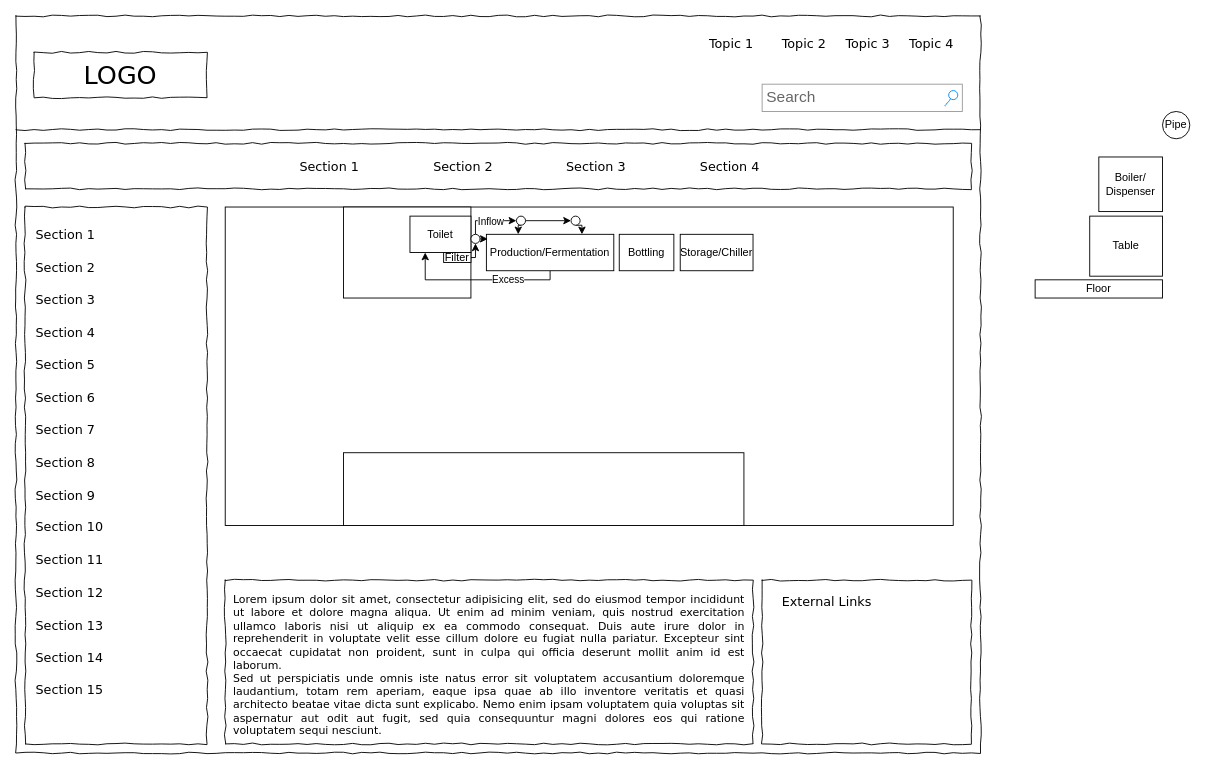
Above: Untitled Diagram.drawio in afirdaus04/layoutenstek (draw.io), before the change. Source tidied: cells renumbered, new cells numbered last; positions are measured from the earlier drawing's top-left corner, leaving out a move shared by most shapes. Both pictures are drawn from the tidied source at 91%, with x=0, y=0 at pixel (15, 15).
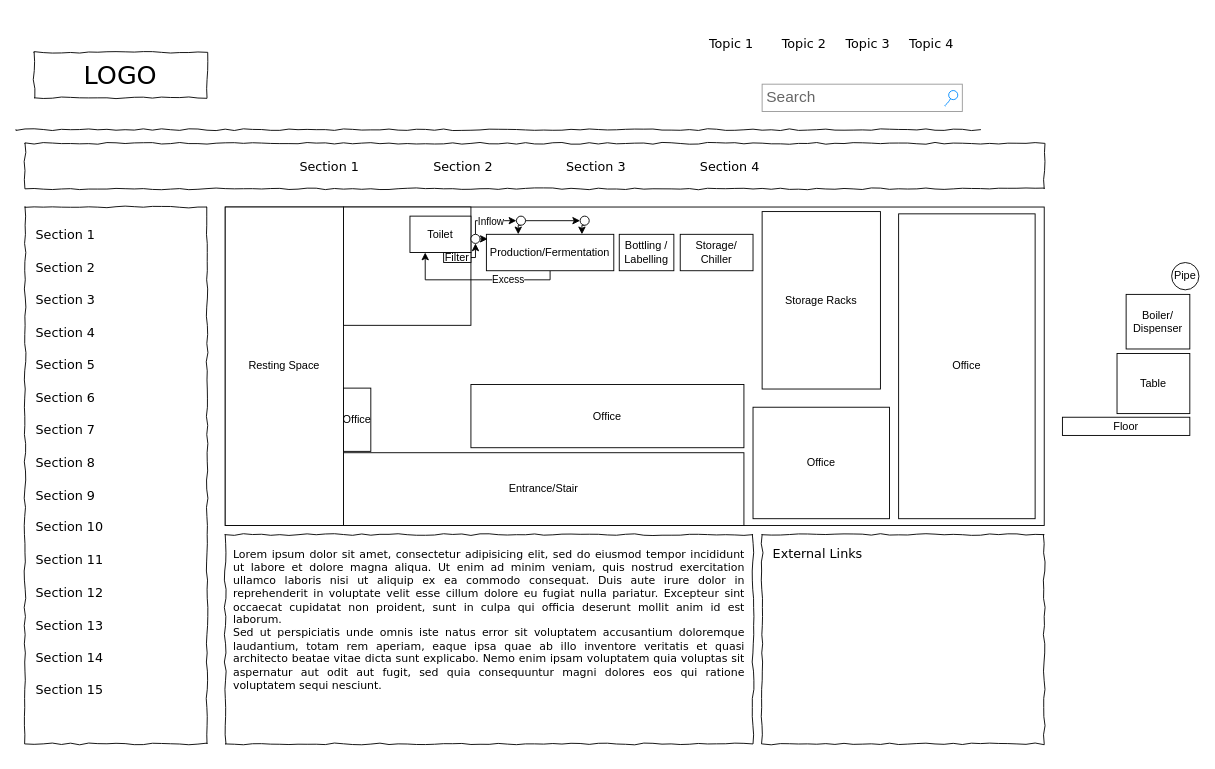
The same diagram, later.

The change refers to these unchanged cells:
```xml
<mxCell id="39" value="Production/Fermentation" style="rounded=0;whiteSpace=wrap;html=1;" parent="1" vertex="1">
  <mxGeometry x="517" y="240" width="140" height="40" as="geometry" />
</mxCell>
```

The edit, as a diff of the source:
```diff
@@
-    <mxCell id="2" style="whiteSpace=wrap;html=1;rounded=0;shadow=0;labelBackgroundColor=none;strokeColor=#000000;strokeWidth=1;fillColor=none;fontFamily=Verdana;fontSize=12;fontColor=#000000;align=center;comic=1;" parent="1" vertex="1">
-      <mxGeometry width="1060" height="810" as="geometry" />
-    </mxCell>
@@
     <mxCell id="11" style="whiteSpace=wrap;html=1;rounded=0;shadow=0;labelBackgroundColor=none;strokeWidth=1;fillColor=none;fontFamily=Verdana;fontSize=12;align=center;comic=1;" parent="1" vertex="1">
-      <mxGeometry x="10" y="140" width="1040" height="50" as="geometry" />
+      <mxGeometry x="10" y="140" width="1120" height="50" as="geometry" />
     </mxCell>
@@
     <mxCell id="16" value="&lt;div style=&quot;text-align: justify&quot;&gt;&lt;span&gt;Lorem ipsum dolor sit amet, consectetur adipisicing elit, sed do eiusmod tempor incididunt ut labore et dolore magna aliqua. Ut enim ad minim veniam, quis nostrud exercitation ullamco laboris nisi ut aliquip ex ea commodo consequat. Duis aute irure dolor in reprehenderit in voluptate velit esse cillum dolore eu fugiat nulla pariatur. Excepteur sint occaecat cupidatat non proident, sunt in culpa qui officia deserunt mollit anim id est laborum.&lt;/span&gt;&lt;/div&gt;&lt;div style=&quot;text-align: justify&quot;&gt;&lt;span&gt;Sed ut perspiciatis unde omnis iste natus error sit voluptatem accusantium doloremque laudantium, totam rem aperiam, eaque ipsa quae ab illo inventore veritatis et quasi architecto beatae vitae dicta sunt explicabo. Nemo enim ipsam voluptatem quia voluptas sit aspernatur aut odit aut fugit, sed quia consequuntur magni dolores eos qui ratione voluptatem sequi nesciunt.&amp;nbsp;&lt;/span&gt;&lt;/div&gt;" style="whiteSpace=wrap;html=1;rounded=0;shadow=0;labelBackgroundColor=none;strokeWidth=1;fillColor=none;fontFamily=Verdana;fontSize=12;align=center;verticalAlign=top;spacing=10;comic=1;" parent="1" vertex="1">
-      <mxGeometry x="230" y="620" width="580" height="180" as="geometry" />
+      <mxGeometry x="230" y="570" width="580" height="230" as="geometry" />
     </mxCell>
     <mxCell id="17" style="whiteSpace=wrap;html=1;rounded=0;shadow=0;labelBackgroundColor=none;strokeWidth=1;fillColor=none;fontFamily=Verdana;fontSize=12;align=center;comic=1;" parent="1" vertex="1">
-      <mxGeometry x="820" y="620" width="230" height="180" as="geometry" />
+      <mxGeometry x="820" y="570" width="310" height="230" as="geometry" />
     </mxCell>
@@
     <mxCell id="33" value="External Links" style="text;html=1;align=left;verticalAlign=top;spacingTop=-4;fontSize=14;fontFamily=Verdana;" parent="1" vertex="1">
-      <mxGeometry x="840" y="633" width="170" height="20" as="geometry" />
+      <mxGeometry x="830" y="580" width="170" height="20" as="geometry" />
     </mxCell>
     <mxCell id="34" style="rounded=0;whiteSpace=wrap;html=1;" parent="1" vertex="1">
-      <mxGeometry x="230" y="210" width="800" height="350" as="geometry" />
+      <mxGeometry x="230" y="210" width="900" height="350" as="geometry" />
     </mxCell>
     <mxCell id="35" style="rounded=0;whiteSpace=wrap;html=1;" parent="1" vertex="1">
-      <mxGeometry x="360" y="210" width="140" height="100" as="geometry" />
+      <mxGeometry x="360" y="210" width="140" height="130" as="geometry" />
     </mxCell>
-    <mxCell id="36" style="rounded=0;whiteSpace=wrap;html=1;" parent="1" vertex="1">
+    <mxCell id="36" value="Entrance/Stair" style="rounded=0;whiteSpace=wrap;html=1;" parent="1" vertex="1">
       <mxGeometry x="360" y="480" width="440" height="80" as="geometry" />
     </mxCell>
@@
-    <mxCell id="40" value="Bottling" style="rounded=0;whiteSpace=wrap;html=1;" parent="1" vertex="1">
+    <mxCell id="40" value="Bottling / Labelling" style="rounded=0;whiteSpace=wrap;html=1;" parent="1" vertex="1">
       <mxGeometry x="663" y="240" width="60" height="40" as="geometry" />
     </mxCell>
-    <mxCell id="41" value="Storage/Chiller" style="rounded=0;whiteSpace=wrap;html=1;" parent="1" vertex="1">
+    <mxCell id="41" value="Storage/ Chiller" style="rounded=0;whiteSpace=wrap;html=1;" parent="1" vertex="1">
       <mxGeometry x="730" y="240" width="80" height="40" as="geometry" />
     </mxCell>
@@
     <mxCell id="48" style="edgeStyle=orthogonalEdgeStyle;rounded=0;jettySize=auto;html=1;exitX=0.5;exitY=1;exitDx=0;exitDy=0;entryX=0.75;entryY=0;entryDx=0;entryDy=0;" parent="1" edge="1" source="49" target="39">
-      <mxGeometry relative="1" as="geometry" />
+      <mxGeometry relative="1" as="geometry">
+        <Array as="points">
+          <mxPoint x="622" y="230" />
+        </Array>
+      </mxGeometry>
     </mxCell>
     <mxCell id="49" style="ellipse;whiteSpace=wrap;html=1;" parent="1" vertex="1">
-      <mxGeometry x="610" y="220" width="10" height="10" as="geometry" />
+      <mxGeometry x="620" y="220" width="10" height="10" as="geometry" />
     </mxCell>
@@
     <mxCell id="54" value="Floor" style="rounded=0;whiteSpace=wrap;html=1;" parent="1" vertex="1">
-      <mxGeometry x="1120" y="290" width="140" height="20" as="geometry" />
+      <mxGeometry x="1150" y="441" width="140" height="20" as="geometry" />
     </mxCell>
     <mxCell id="55" value="Table" style="rounded=0;whiteSpace=wrap;html=1;" parent="1" vertex="1">
-      <mxGeometry x="1180" y="220" width="80" height="66" as="geometry" />
+      <mxGeometry x="1210" y="371" width="80" height="66" as="geometry" />
     </mxCell>
     <mxCell id="56" value="Boiler/ Dispenser" style="rounded=0;html=1;whiteSpace=wrap;" parent="1" vertex="1">
-      <mxGeometry x="1190" y="155" width="70" height="60" as="geometry" />
+      <mxGeometry x="1220" y="306" width="70" height="60" as="geometry" />
     </mxCell>
     <mxCell id="57" value="Pipe" style="ellipse;whiteSpace=wrap;html=1;" parent="1" vertex="1">
-      <mxGeometry x="1260" y="105" width="30" height="30" as="geometry" />
+      <mxGeometry x="1270" y="271" width="30" height="30" as="geometry" />
     </mxCell>
+    <mxCell id="58" value="Office" style="rounded=0;whiteSpace=wrap;html=1;" parent="1" vertex="1">
+      <mxGeometry x="970" y="217.5" width="150" height="335" as="geometry" />
+    </mxCell>
+    <mxCell id="59" value="Storage Racks" style="rounded=0;whiteSpace=wrap;html=1;" parent="1" vertex="1">
+      <mxGeometry x="820" y="215" width="130" height="195" as="geometry" />
+    </mxCell>
+    <mxCell id="60" value="Office" style="rounded=0;whiteSpace=wrap;html=1;" parent="1" vertex="1">
+      <mxGeometry x="810" y="430" width="150" height="122.5" as="geometry" />
+    </mxCell>
+    <mxCell id="61" value="Office" style="rounded=0;whiteSpace=wrap;html=1;" parent="1" vertex="1">
+      <mxGeometry x="500" y="405" width="300" height="69.5" as="geometry" />
+    </mxCell>
+    <mxCell id="62" value="Resting Space" style="rounded=0;whiteSpace=wrap;html=1;" parent="1" vertex="1">
+      <mxGeometry x="230" y="210" width="130" height="350" as="geometry" />
+    </mxCell>
+    <mxCell id="63" value="Office" style="rounded=0;whiteSpace=wrap;html=1;" parent="1" vertex="1">
+      <mxGeometry x="360" y="409" width="30" height="69.5" as="geometry" />
+    </mxCell>
```
